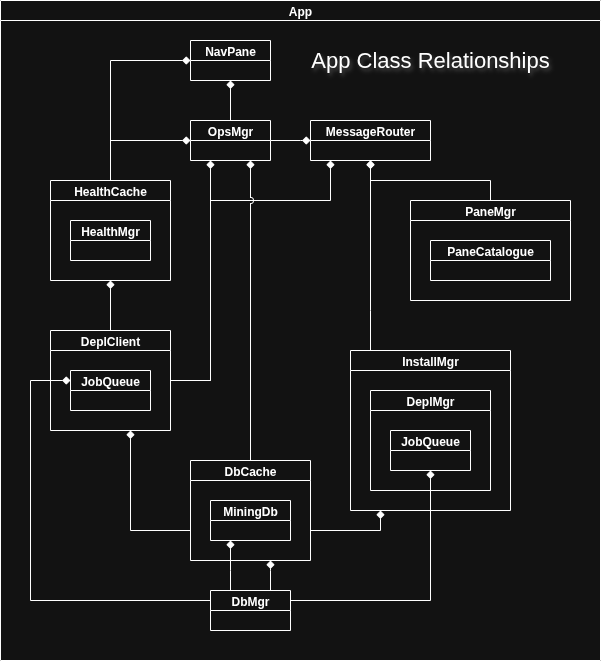
NadimGhaznavi/Db4E keeps this draw.io diagram as images/App-Relationships.png. Above is the earlier version. Source tidied: cells renumbered, new cells last; positions are measured from the earlier drawing's top-left corner, leaving out a move shared by most shapes.
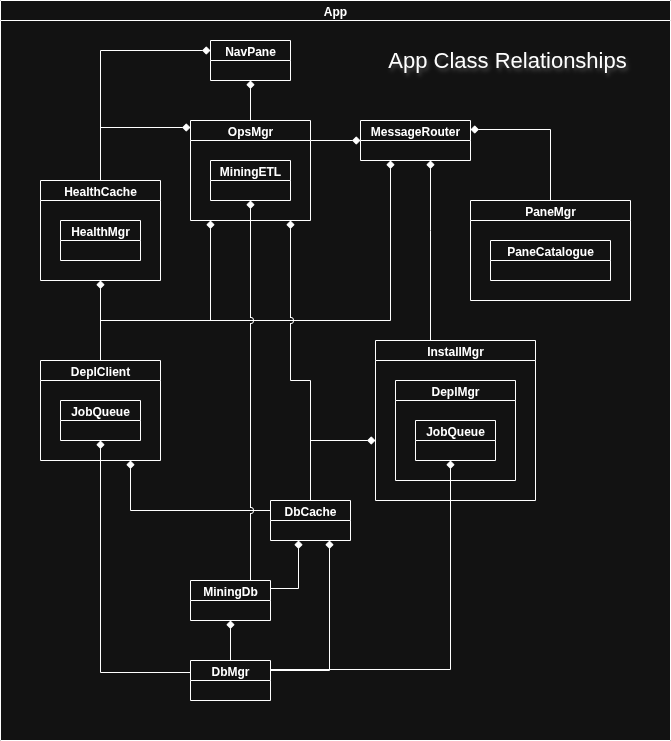
Above is the later version.

The edit, as a diff of the source:
```diff
@@ -3,13 +3,13 @@
     <mxCell id="0" />
     <mxCell id="1" parent="0" />
     <mxCell id="2" value="App" style="swimlane;startSize=20;" parent="1" vertex="1">
-      <mxGeometry width="600" height="660" as="geometry" />
+      <mxGeometry width="670" height="740" as="geometry" />
     </mxCell>
     <mxCell id="3" style="rounded=0;jettySize=auto;html=1;startArrow=diamond;startFill=1;endArrow=none;endFill=0;edgeStyle=orthogonalEdgeStyle;" parent="2" edge="1" source="27" target="8">
       <mxGeometry relative="1" as="geometry">
         <Array as="points">
-          <mxPoint x="370" y="310" />
-          <mxPoint x="370" y="310" />
+          <mxPoint x="430" y="230" />
+          <mxPoint x="430" y="230" />
         </Array>
       </mxGeometry>
     </mxCell>
@@ -19,25 +19,28 @@
     <mxCell id="5" style="rounded=0;jettySize=auto;html=1;startArrow=diamond;startFill=1;endArrow=none;endFill=0;edgeStyle=orthogonalEdgeStyle;" parent="2" edge="1" source="27" target="12">
       <mxGeometry relative="1" as="geometry">
         <Array as="points">
-          <mxPoint x="300" y="140" />
-          <mxPoint x="300" y="140" />
+          <mxPoint x="287" y="132" />
+          <mxPoint x="287" y="132" />
         </Array>
       </mxGeometry>
     </mxCell>
     <mxCell id="6" style="rounded=0;jettySize=auto;html=1;startArrow=diamond;startFill=1;endArrow=none;endFill=0;edgeStyle=orthogonalEdgeStyle;" parent="2" edge="1" source="27" target="24">
       <mxGeometry relative="1" as="geometry">
         <Array as="points">
-          <mxPoint x="330" y="200" />
-          <mxPoint x="210" y="200" />
-          <mxPoint x="210" y="380" />
+          <mxPoint x="390" y="320" />
+          <mxPoint x="100" y="320" />
         </Array>
       </mxGeometry>
     </mxCell>
     <mxCell id="7" style="rounded=0;jettySize=auto;html=1;startArrow=diamond;startFill=1;endArrow=none;endFill=0;edgeStyle=orthogonalEdgeStyle;" parent="2" edge="1" source="27" target="28">
-      <mxGeometry relative="1" as="geometry" />
+      <mxGeometry relative="1" as="geometry">
+        <Array as="points">
+          <mxPoint x="550" y="129" />
+        </Array>
+      </mxGeometry>
     </mxCell>
     <mxCell id="8" value="InstallMgr" style="swimlane;startSize=20;" parent="2" vertex="1">
-      <mxGeometry x="350" y="350" width="160" height="160" as="geometry" />
+      <mxGeometry x="375" y="340" width="160" height="160" as="geometry" />
     </mxCell>
     <mxCell id="9" value="DeplMgr" style="swimlane;startSize=20;" parent="8" vertex="1">
       <mxGeometry x="20" y="40" width="120" height="100" as="geometry" />
@@ -46,59 +49,58 @@
       <mxGeometry x="20" y="40" width="80" height="40" as="geometry" />
     </mxCell>
     <mxCell id="11" value="NavPane" style="swimlane;startSize=20;" parent="2" vertex="1">
-      <mxGeometry x="190" y="40" width="80" height="40" as="geometry" />
+      <mxGeometry x="210" y="40" width="80" height="40" as="geometry" />
     </mxCell>
     <mxCell id="12" value="OpsMgr" style="swimlane;startSize=20;" parent="2" vertex="1">
-      <mxGeometry x="190" y="120" width="80" height="40" as="geometry" />
+      <mxGeometry x="190" y="120" width="120" height="100" as="geometry" />
     </mxCell>
+    <mxCell id="35" value="MiningETL" style="swimlane;startSize=20;" parent="12" vertex="1">
+      <mxGeometry x="20" y="40" width="80" height="40" as="geometry" />
+    </mxCell>
     <mxCell id="13" style="rounded=0;jettySize=auto;html=1;startArrow=diamond;startFill=1;endArrow=none;endFill=0;edgeStyle=orthogonalEdgeStyle;" parent="2" edge="1" source="25" target="14">
       <mxGeometry relative="1" as="geometry">
         <Array as="points">
-          <mxPoint x="30" y="380" />
-          <mxPoint x="30" y="600" />
+          <mxPoint x="100" y="672" />
         </Array>
       </mxGeometry>
     </mxCell>
     <mxCell id="14" value="DbMgr" style="swimlane;startSize=20;" parent="2" vertex="1">
-      <mxGeometry x="210" y="590" width="80" height="40" as="geometry" />
+      <mxGeometry x="190" y="660" width="80" height="40" as="geometry" />
     </mxCell>
     <mxCell id="15" style="rounded=0;jettySize=auto;html=1;startArrow=diamond;startFill=1;endArrow=none;endFill=0;edgeStyle=orthogonalEdgeStyle;" parent="2" edge="1" source="10" target="14">
       <mxGeometry relative="1" as="geometry">
         <Array as="points">
-          <mxPoint x="430" y="600" />
+          <mxPoint x="450" y="669" />
         </Array>
       </mxGeometry>
     </mxCell>
     <mxCell id="16" style="rounded=0;jettySize=auto;html=1;startArrow=diamond;startFill=1;endArrow=none;endFill=0;edgeStyle=orthogonalEdgeStyle;" parent="2" edge="1" source="17" target="14">
       <mxGeometry relative="1" as="geometry">
         <Array as="points">
-          <mxPoint x="270" y="570" />
-          <mxPoint x="270" y="570" />
+          <mxPoint x="329" y="670" />
         </Array>
       </mxGeometry>
     </mxCell>
     <mxCell id="17" value="DbCache" style="swimlane;startSize=20;" parent="2" vertex="1">
-      <mxGeometry x="190" y="460" width="120" height="100" as="geometry" />
+      <mxGeometry x="270" y="500" width="80" height="40" as="geometry" />
     </mxCell>
-    <mxCell id="18" value="MiningDb" style="swimlane;startSize=20;" parent="17" vertex="1">
-      <mxGeometry x="20" y="40" width="80" height="40" as="geometry" />
-    </mxCell>
     <mxCell id="19" style="rounded=0;jettySize=auto;html=1;startArrow=diamond;startFill=1;endArrow=none;endFill=0;edgeStyle=orthogonalEdgeStyle;" parent="2" edge="1" source="24" target="17">
       <mxGeometry relative="1" as="geometry">
         <Array as="points">
-          <mxPoint x="130" y="530" />
+          <mxPoint x="130" y="510" />
         </Array>
       </mxGeometry>
     </mxCell>
     <mxCell id="20" style="rounded=0;jettySize=auto;html=1;startArrow=diamond;startFill=1;endArrow=none;endFill=0;edgeStyle=orthogonalEdgeStyle;" parent="2" edge="1" source="12" target="24">
       <mxGeometry relative="1" as="geometry">
         <Array as="points">
-          <mxPoint x="210" y="380" />
+          <mxPoint x="210" y="320" />
+          <mxPoint x="100" y="320" />
         </Array>
       </mxGeometry>
     </mxCell>
     <mxCell id="21" value="HealthCache" style="swimlane;startSize=20;" parent="2" vertex="1">
-      <mxGeometry x="50" y="180" width="120" height="100" as="geometry" />
+      <mxGeometry x="40" y="180" width="120" height="100" as="geometry" />
     </mxCell>
     <mxCell id="22" value="HealthMgr" style="swimlane;startSize=20;" parent="21" vertex="1">
       <mxGeometry x="20" y="40" width="80" height="40" as="geometry" />
@@ -107,51 +109,77 @@
       <mxGeometry relative="1" as="geometry" />
     </mxCell>
     <mxCell id="24" value="DeplClient" style="swimlane;startSize=20;" parent="2" vertex="1">
-      <mxGeometry x="50" y="330" width="120" height="100" as="geometry" />
+      <mxGeometry x="40" y="360" width="120" height="100" as="geometry" />
     </mxCell>
     <mxCell id="25" value="JobQueue" style="swimlane;startSize=20;" parent="24" vertex="1">
       <mxGeometry x="20" y="40" width="80" height="40" as="geometry" />
     </mxCell>
     <mxCell id="26" style="rounded=0;jettySize=auto;html=1;startArrow=diamond;startFill=1;endArrow=none;endFill=0;edgeStyle=orthogonalEdgeStyle;" parent="2" edge="1" source="11" target="21">
-      <mxGeometry relative="1" as="geometry" />
+      <mxGeometry relative="1" as="geometry">
+        <Array as="points">
+          <mxPoint x="100" y="50" />
+        </Array>
+      </mxGeometry>
     </mxCell>
     <mxCell id="27" value="MessageRouter" style="swimlane;startSize=20;" parent="2" vertex="1">
-      <mxGeometry x="310" y="120" width="120" height="40" as="geometry" />
+      <mxGeometry x="360" y="120" width="110" height="40" as="geometry" />
     </mxCell>
     <mxCell id="28" value="PaneMgr" style="swimlane;startSize=20;" parent="2" vertex="1">
-      <mxGeometry x="410" y="200" width="160" height="100" as="geometry" />
+      <mxGeometry x="470" y="200" width="160" height="100" as="geometry" />
     </mxCell>
     <mxCell id="29" value="PaneCatalogue" style="swimlane;startSize=20;" parent="28" vertex="1">
       <mxGeometry x="20" y="40" width="120" height="40" as="geometry" />
     </mxCell>
     <mxCell id="30" value="App Class Relationships" style="text;html=1;align=center;verticalAlign=middle;whiteSpace=wrap;rounded=0;textShadow=1;fontSize=22;" parent="2" vertex="1">
-      <mxGeometry x="290" y="45" width="280" height="30" as="geometry" />
+      <mxGeometry x="367" y="45" width="280" height="30" as="geometry" />
     </mxCell>
     <mxCell id="31" style="rounded=0;jettySize=auto;html=1;startArrow=diamond;startFill=1;endArrow=none;endFill=0;edgeStyle=orthogonalEdgeStyle;" parent="2" edge="1" source="12" target="21">
-      <mxGeometry relative="1" as="geometry" />
+      <mxGeometry relative="1" as="geometry">
+        <Array as="points">
+          <mxPoint x="100" y="127" />
+        </Array>
+      </mxGeometry>
     </mxCell>
     <mxCell id="32" style="rounded=0;jettySize=auto;html=1;startArrow=diamond;startFill=1;endArrow=none;endFill=0;edgeStyle=orthogonalEdgeStyle;" parent="2" edge="1" source="8" target="17">
       <mxGeometry relative="1" as="geometry">
         <Array as="points">
-          <mxPoint x="380" y="530" />
+          <mxPoint x="310" y="440" />
+          <mxPoint x="240" y="440" />
         </Array>
       </mxGeometry>
     </mxCell>
     <mxCell id="33" style="rounded=0;jettySize=auto;html=1;startArrow=diamond;startFill=1;endArrow=none;endFill=0;edgeStyle=orthogonalEdgeStyle;" parent="2" edge="1" source="18" target="14">
       <mxGeometry relative="1" as="geometry">
         <Array as="points">
-          <mxPoint x="230" y="570" />
-          <mxPoint x="230" y="570" />
+          <mxPoint x="240" y="680" />
+          <mxPoint x="240" y="680" />
         </Array>
       </mxGeometry>
     </mxCell>
     <mxCell id="34" style="rounded=0;jettySize=auto;html=1;startArrow=diamond;startFill=1;endArrow=none;endFill=0;edgeStyle=orthogonalEdgeStyle;jumpStyle=arc;" parent="2" edge="1" source="12" target="17">
       <mxGeometry relative="1" as="geometry">
         <Array as="points">
-          <mxPoint x="250" y="350" />
-          <mxPoint x="250" y="350" />
+          <mxPoint x="290" y="380" />
+          <mxPoint x="310" y="380" />
         </Array>
       </mxGeometry>
     </mxCell>
+    <mxCell id="18" value="MiningDb" style="swimlane;startSize=20;" parent="2" vertex="1">
+      <mxGeometry x="190" y="580" width="80" height="40" as="geometry" />
+    </mxCell>
+    <mxCell id="36" style="rounded=0;jettySize=auto;html=1;startArrow=diamond;startFill=1;endArrow=none;endFill=0;edgeStyle=orthogonalEdgeStyle;jumpStyle=arc;" parent="2" edge="1" source="35" target="18">
+      <mxGeometry relative="1" as="geometry">
+        <Array as="points">
+          <mxPoint x="230" y="600" />
+        </Array>
+      </mxGeometry>
+    </mxCell>
+    <mxCell id="37" style="rounded=0;jettySize=auto;html=1;startArrow=diamond;startFill=1;endArrow=none;endFill=0;edgeStyle=orthogonalEdgeStyle;" parent="2" edge="1" source="17" target="18">
+      <mxGeometry relative="1" as="geometry">
+        <Array as="points">
+          <mxPoint x="298" y="588" />
+        </Array>
+      </mxGeometry>
+    </mxCell>
   </root>
 </mxGraphModel>
```
